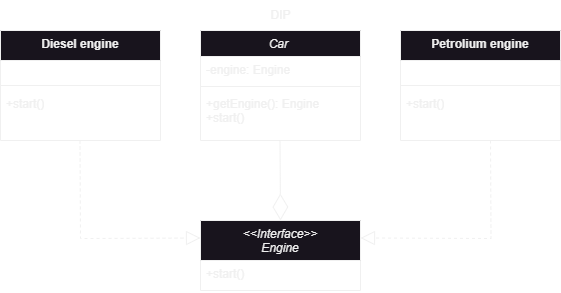
This is hw03/DIP/DIP.png from PavelVolchenko/SoftwareArchitecture, a draw.io export, as it was before one commit. Source tidied: cells renumbered, new cells last; positions are measured from the earlier drawing's top-left corner, leaving out a move shared by most shapes. Source of this version:
```xml
<mxGraphModel>
  <root>
    <mxCell id="0" />
    <mxCell id="1" parent="0" />
    <mxCell id="2" value="Car &#10;&#10;" style="swimlane;fontStyle=2;align=center;verticalAlign=top;horizontal=1;startSize=26;rounded=0;shadow=0;strokeWidth=1;" parent="1" vertex="1">
      <mxGeometry x="200" y="30" width="160" height="110" as="geometry" />
    </mxCell>
    <mxCell id="3" value="-engine: Engine&#10;" style="text;align=left;verticalAlign=top;spacingLeft=4;spacingRight=4;overflow=hidden;" parent="2" vertex="1">
      <mxGeometry y="26" width="160" height="26" as="geometry" />
    </mxCell>
    <mxCell id="4" style="line;html=1;strokeWidth=1;align=left;verticalAlign=middle;spacingTop=-1;spacingLeft=3;spacingRight=3;labelPosition=right;" parent="2" vertex="1">
      <mxGeometry y="52" width="160" height="8" as="geometry" />
    </mxCell>
    <mxCell id="5" value="+getEngine(): Engine&#10;+start()" style="text;align=left;verticalAlign=top;spacingLeft=4;spacingRight=4;overflow=hidden;" parent="2" vertex="1">
      <mxGeometry y="60" width="160" height="40" as="geometry" />
    </mxCell>
    <mxCell id="6" value="&lt;&lt;Interface&gt;&gt;&#10;Engine" style="swimlane;fontStyle=2;align=center;verticalAlign=top;horizontal=1;startSize=40;rounded=0;shadow=0;strokeWidth=1;" parent="1" vertex="1">
      <mxGeometry x="200" y="220" width="160" height="70" as="geometry" />
    </mxCell>
    <mxCell id="7" value="+start()" style="text;align=left;verticalAlign=top;spacingLeft=4;spacingRight=4;overflow=hidden;" parent="6" vertex="1">
      <mxGeometry y="40" width="160" height="30" as="geometry" />
    </mxCell>
    <mxCell id="8" value="Petrolium engine" style="swimlane;fontStyle=1;align=center;verticalAlign=top;horizontal=1;startSize=30;whiteSpace=wrap;html=1;swimlaneLine=1;strokeColor=default;fillColor=default;gradientColor=none;swimlaneFillColor=none;rounded=0;glass=0;shadow=0;swimlaneHead=1;swimlaneBody=1;" parent="1" vertex="1">
      <mxGeometry x="400" y="30" width="160" height="110" as="geometry" />
    </mxCell>
    <mxCell id="9" value="&amp;nbsp;" style="text;strokeColor=none;fillColor=none;align=left;verticalAlign=top;spacingLeft=4;spacingRight=4;overflow=hidden;whiteSpace=wrap;html=1;" parent="8" vertex="1">
      <mxGeometry y="30" width="160" height="20" as="geometry" />
    </mxCell>
    <mxCell id="10" style="line;strokeWidth=1;fillColor=none;align=left;verticalAlign=middle;spacingTop=-1;spacingLeft=3;spacingRight=3;labelPosition=right;strokeColor=inherit;" parent="8" vertex="1">
      <mxGeometry y="50" width="160" height="10" as="geometry" />
    </mxCell>
    <mxCell id="11" value="+start()" style="text;strokeColor=none;fillColor=none;align=left;verticalAlign=top;spacingLeft=4;spacingRight=4;overflow=hidden;whiteSpace=wrap;html=1;" parent="8" vertex="1">
      <mxGeometry y="60" width="160" height="50" as="geometry" />
    </mxCell>
    <mxCell id="12" value="Diesel engine" style="swimlane;fontStyle=1;align=center;verticalAlign=top;horizontal=1;startSize=30;whiteSpace=wrap;html=1;swimlaneLine=1;strokeColor=default;fillColor=default;gradientColor=none;swimlaneFillColor=none;rounded=0;glass=0;shadow=0;swimlaneHead=1;swimlaneBody=1;" parent="1" vertex="1">
      <mxGeometry y="30" width="160" height="110" as="geometry" />
    </mxCell>
    <mxCell id="13" value="&amp;nbsp;" style="text;strokeColor=none;fillColor=none;align=left;verticalAlign=top;spacingLeft=4;spacingRight=4;overflow=hidden;whiteSpace=wrap;html=1;" parent="12" vertex="1">
      <mxGeometry y="30" width="160" height="20" as="geometry" />
    </mxCell>
    <mxCell id="14" style="line;strokeWidth=1;fillColor=none;align=left;verticalAlign=middle;spacingTop=-1;spacingLeft=3;spacingRight=3;labelPosition=right;strokeColor=inherit;" parent="12" vertex="1">
      <mxGeometry y="50" width="160" height="10" as="geometry" />
    </mxCell>
    <mxCell id="15" value="+start()" style="text;strokeColor=none;fillColor=none;align=left;verticalAlign=top;spacingLeft=4;spacingRight=4;overflow=hidden;whiteSpace=wrap;html=1;" parent="12" vertex="1">
      <mxGeometry y="60" width="160" height="50" as="geometry" />
    </mxCell>
    <mxCell id="16" value="DIP" style="text;html=1;align=center;verticalAlign=middle;strokeColor=none;fillColor=none;" parent="1" vertex="1">
      <mxGeometry x="260" width="40" height="30" as="geometry" />
    </mxCell>
    <mxCell id="17" style="endArrow=block;dashed=1;endFill=0;endSize=12;html=1;rounded=0;entryX=0;entryY=0.25;entryDx=0;entryDy=0;" parent="1" edge="1" target="6">
      <mxGeometry relative="1" as="geometry">
        <mxPoint x="79.5" y="140" as="sourcePoint" />
        <Array as="points">
          <mxPoint x="80" y="238" />
        </Array>
      </mxGeometry>
    </mxCell>
    <mxCell id="18" style="endArrow=block;dashed=1;endFill=0;endSize=12;html=1;rounded=0;entryX=1;entryY=0.25;entryDx=0;entryDy=0;" parent="1" edge="1" target="6">
      <mxGeometry relative="1" as="geometry">
        <mxPoint x="490" y="140" as="sourcePoint" />
        <Array as="points">
          <mxPoint x="490.5" y="238" />
        </Array>
      </mxGeometry>
    </mxCell>
    <mxCell id="19" style="endArrow=diamondThin;endFill=0;endSize=24;html=1;rounded=0;" parent="1" edge="1">
      <mxGeometry relative="1" as="geometry">
        <mxPoint x="279.5" y="140" as="sourcePoint" />
        <mxPoint x="280" y="220" as="targetPoint" />
      </mxGeometry>
    </mxCell>
  </root>
</mxGraphModel>
```
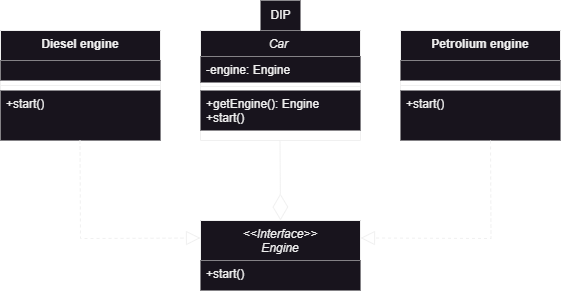
Later version of the same file.

What changed in the source:
```diff
@@ -2,52 +2,52 @@
   <root>
     <mxCell id="0" />
     <mxCell id="1" parent="0" />
-    <mxCell id="2" value="Car &#10;&#10;" style="swimlane;fontStyle=2;align=center;verticalAlign=top;horizontal=1;startSize=26;rounded=0;shadow=0;strokeWidth=1;" parent="1" vertex="1">
+    <mxCell id="2" value="Car &#10;&#10;" style="swimlane;fontStyle=2;align=center;verticalAlign=top;horizontal=1;startSize=26;rounded=0;shadow=0;strokeWidth=1;fillColor=#18141D;" parent="1" vertex="1">
       <mxGeometry x="200" y="30" width="160" height="110" as="geometry" />
     </mxCell>
-    <mxCell id="3" value="-engine: Engine&#10;" style="text;align=left;verticalAlign=top;spacingLeft=4;spacingRight=4;overflow=hidden;" parent="2" vertex="1">
+    <mxCell id="3" value="-engine: Engine&#10;" style="text;align=left;verticalAlign=top;spacingLeft=4;spacingRight=4;overflow=hidden;fillColor=#18141D;" parent="2" vertex="1">
       <mxGeometry y="26" width="160" height="26" as="geometry" />
     </mxCell>
-    <mxCell id="4" style="line;html=1;strokeWidth=1;align=left;verticalAlign=middle;spacingTop=-1;spacingLeft=3;spacingRight=3;labelPosition=right;" parent="2" vertex="1">
+    <mxCell id="4" style="line;html=1;strokeWidth=1;align=left;verticalAlign=middle;spacingTop=-1;spacingLeft=3;spacingRight=3;labelPosition=right;fillColor=#18141D;" parent="2" vertex="1">
       <mxGeometry y="52" width="160" height="8" as="geometry" />
     </mxCell>
-    <mxCell id="5" value="+getEngine(): Engine&#10;+start()" style="text;align=left;verticalAlign=top;spacingLeft=4;spacingRight=4;overflow=hidden;" parent="2" vertex="1">
+    <mxCell id="5" value="+getEngine(): Engine&#10;+start()" style="text;align=left;verticalAlign=top;spacingLeft=4;spacingRight=4;overflow=hidden;fillColor=#18141D;" parent="2" vertex="1">
       <mxGeometry y="60" width="160" height="40" as="geometry" />
     </mxCell>
-    <mxCell id="6" value="&lt;&lt;Interface&gt;&gt;&#10;Engine" style="swimlane;fontStyle=2;align=center;verticalAlign=top;horizontal=1;startSize=40;rounded=0;shadow=0;strokeWidth=1;" parent="1" vertex="1">
+    <mxCell id="6" value="&lt;&lt;Interface&gt;&gt;&#10;Engine" style="swimlane;fontStyle=2;align=center;verticalAlign=top;horizontal=1;startSize=40;rounded=0;shadow=0;strokeWidth=1;fillColor=#18141D;" parent="1" vertex="1">
       <mxGeometry x="200" y="220" width="160" height="70" as="geometry" />
     </mxCell>
-    <mxCell id="7" value="+start()" style="text;align=left;verticalAlign=top;spacingLeft=4;spacingRight=4;overflow=hidden;" parent="6" vertex="1">
+    <mxCell id="7" value="+start()" style="text;align=left;verticalAlign=top;spacingLeft=4;spacingRight=4;overflow=hidden;fillColor=#18141D;" parent="6" vertex="1">
       <mxGeometry y="40" width="160" height="30" as="geometry" />
     </mxCell>
-    <mxCell id="8" value="Petrolium engine" style="swimlane;fontStyle=1;align=center;verticalAlign=top;horizontal=1;startSize=30;whiteSpace=wrap;html=1;swimlaneLine=1;strokeColor=default;fillColor=default;gradientColor=none;swimlaneFillColor=none;rounded=0;glass=0;shadow=0;swimlaneHead=1;swimlaneBody=1;" parent="1" vertex="1">
+    <mxCell id="8" value="Petrolium engine" style="swimlane;fontStyle=1;align=center;verticalAlign=top;horizontal=1;startSize=30;whiteSpace=wrap;html=1;swimlaneLine=1;strokeColor=default;fillColor=#18141D;gradientColor=none;swimlaneFillColor=none;rounded=0;glass=0;shadow=0;swimlaneHead=1;swimlaneBody=1;" parent="1" vertex="1">
       <mxGeometry x="400" y="30" width="160" height="110" as="geometry" />
     </mxCell>
-    <mxCell id="9" value="&amp;nbsp;" style="text;strokeColor=none;fillColor=none;align=left;verticalAlign=top;spacingLeft=4;spacingRight=4;overflow=hidden;whiteSpace=wrap;html=1;" parent="8" vertex="1">
+    <mxCell id="9" value="&amp;nbsp;" style="text;strokeColor=none;fillColor=#18141D;align=left;verticalAlign=top;spacingLeft=4;spacingRight=4;overflow=hidden;whiteSpace=wrap;html=1;" parent="8" vertex="1">
       <mxGeometry y="30" width="160" height="20" as="geometry" />
     </mxCell>
-    <mxCell id="10" style="line;strokeWidth=1;fillColor=none;align=left;verticalAlign=middle;spacingTop=-1;spacingLeft=3;spacingRight=3;labelPosition=right;strokeColor=inherit;" parent="8" vertex="1">
+    <mxCell id="10" style="line;strokeWidth=1;fillColor=#18141D;align=left;verticalAlign=middle;spacingTop=-1;spacingLeft=3;spacingRight=3;labelPosition=right;strokeColor=inherit;" parent="8" vertex="1">
       <mxGeometry y="50" width="160" height="10" as="geometry" />
     </mxCell>
-    <mxCell id="11" value="+start()" style="text;strokeColor=none;fillColor=none;align=left;verticalAlign=top;spacingLeft=4;spacingRight=4;overflow=hidden;whiteSpace=wrap;html=1;" parent="8" vertex="1">
+    <mxCell id="11" value="+start()" style="text;strokeColor=none;fillColor=#18141D;align=left;verticalAlign=top;spacingLeft=4;spacingRight=4;overflow=hidden;whiteSpace=wrap;html=1;" parent="8" vertex="1">
       <mxGeometry y="60" width="160" height="50" as="geometry" />
     </mxCell>
-    <mxCell id="12" value="Diesel engine" style="swimlane;fontStyle=1;align=center;verticalAlign=top;horizontal=1;startSize=30;whiteSpace=wrap;html=1;swimlaneLine=1;strokeColor=default;fillColor=default;gradientColor=none;swimlaneFillColor=none;rounded=0;glass=0;shadow=0;swimlaneHead=1;swimlaneBody=1;" parent="1" vertex="1">
+    <mxCell id="12" value="Diesel engine" style="swimlane;fontStyle=1;align=center;verticalAlign=top;horizontal=1;startSize=30;whiteSpace=wrap;html=1;swimlaneLine=1;strokeColor=default;fillColor=#18141D;gradientColor=none;swimlaneFillColor=none;rounded=0;glass=0;shadow=0;swimlaneHead=1;swimlaneBody=1;" parent="1" vertex="1">
       <mxGeometry y="30" width="160" height="110" as="geometry" />
     </mxCell>
-    <mxCell id="13" value="&amp;nbsp;" style="text;strokeColor=none;fillColor=none;align=left;verticalAlign=top;spacingLeft=4;spacingRight=4;overflow=hidden;whiteSpace=wrap;html=1;" parent="12" vertex="1">
+    <mxCell id="13" value="&amp;nbsp;" style="text;strokeColor=none;fillColor=#18141D;align=left;verticalAlign=top;spacingLeft=4;spacingRight=4;overflow=hidden;whiteSpace=wrap;html=1;" parent="12" vertex="1">
       <mxGeometry y="30" width="160" height="20" as="geometry" />
     </mxCell>
-    <mxCell id="14" style="line;strokeWidth=1;fillColor=none;align=left;verticalAlign=middle;spacingTop=-1;spacingLeft=3;spacingRight=3;labelPosition=right;strokeColor=inherit;" parent="12" vertex="1">
+    <mxCell id="14" style="line;strokeWidth=1;fillColor=#18141D;align=left;verticalAlign=middle;spacingTop=-1;spacingLeft=3;spacingRight=3;labelPosition=right;strokeColor=inherit;" parent="12" vertex="1">
       <mxGeometry y="50" width="160" height="10" as="geometry" />
     </mxCell>
-    <mxCell id="15" value="+start()" style="text;strokeColor=none;fillColor=none;align=left;verticalAlign=top;spacingLeft=4;spacingRight=4;overflow=hidden;whiteSpace=wrap;html=1;" parent="12" vertex="1">
+    <mxCell id="15" value="+start()" style="text;strokeColor=none;fillColor=#18141D;align=left;verticalAlign=top;spacingLeft=4;spacingRight=4;overflow=hidden;whiteSpace=wrap;html=1;" parent="12" vertex="1">
       <mxGeometry y="60" width="160" height="50" as="geometry" />
     </mxCell>
-    <mxCell id="16" value="DIP" style="text;html=1;align=center;verticalAlign=middle;strokeColor=none;fillColor=none;" parent="1" vertex="1">
+    <mxCell id="16" value="DIP" style="text;html=1;align=center;verticalAlign=middle;strokeColor=none;fillColor=#18141D;" parent="1" vertex="1">
       <mxGeometry x="260" width="40" height="30" as="geometry" />
     </mxCell>
-    <mxCell id="17" style="endArrow=block;dashed=1;endFill=0;endSize=12;html=1;rounded=0;entryX=0;entryY=0.25;entryDx=0;entryDy=0;" parent="1" edge="1" target="6">
+    <mxCell id="17" style="endArrow=block;dashed=1;endFill=0;endSize=12;html=1;rounded=0;entryX=0;entryY=0.25;entryDx=0;entryDy=0;fillColor=#18141D;" parent="1" edge="1" target="6">
       <mxGeometry relative="1" as="geometry">
         <mxPoint x="79.5" y="140" as="sourcePoint" />
         <Array as="points">
@@ -55,7 +55,7 @@
         </Array>
       </mxGeometry>
     </mxCell>
-    <mxCell id="18" style="endArrow=block;dashed=1;endFill=0;endSize=12;html=1;rounded=0;entryX=1;entryY=0.25;entryDx=0;entryDy=0;" parent="1" edge="1" target="6">
+    <mxCell id="18" style="endArrow=block;dashed=1;endFill=0;endSize=12;html=1;rounded=0;entryX=1;entryY=0.25;entryDx=0;entryDy=0;fillColor=#18141D;" parent="1" edge="1" target="6">
       <mxGeometry relative="1" as="geometry">
         <mxPoint x="490" y="140" as="sourcePoint" />
         <Array as="points">
@@ -63,7 +63,7 @@
         </Array>
       </mxGeometry>
     </mxCell>
-    <mxCell id="19" style="endArrow=diamondThin;endFill=0;endSize=24;html=1;rounded=0;" parent="1" edge="1">
+    <mxCell id="19" style="endArrow=diamondThin;endFill=0;endSize=24;html=1;rounded=0;fillColor=#18141D;" parent="1" edge="1">
       <mxGeometry relative="1" as="geometry">
         <mxPoint x="279.5" y="140" as="sourcePoint" />
         <mxPoint x="280" y="220" as="targetPoint" />
```
